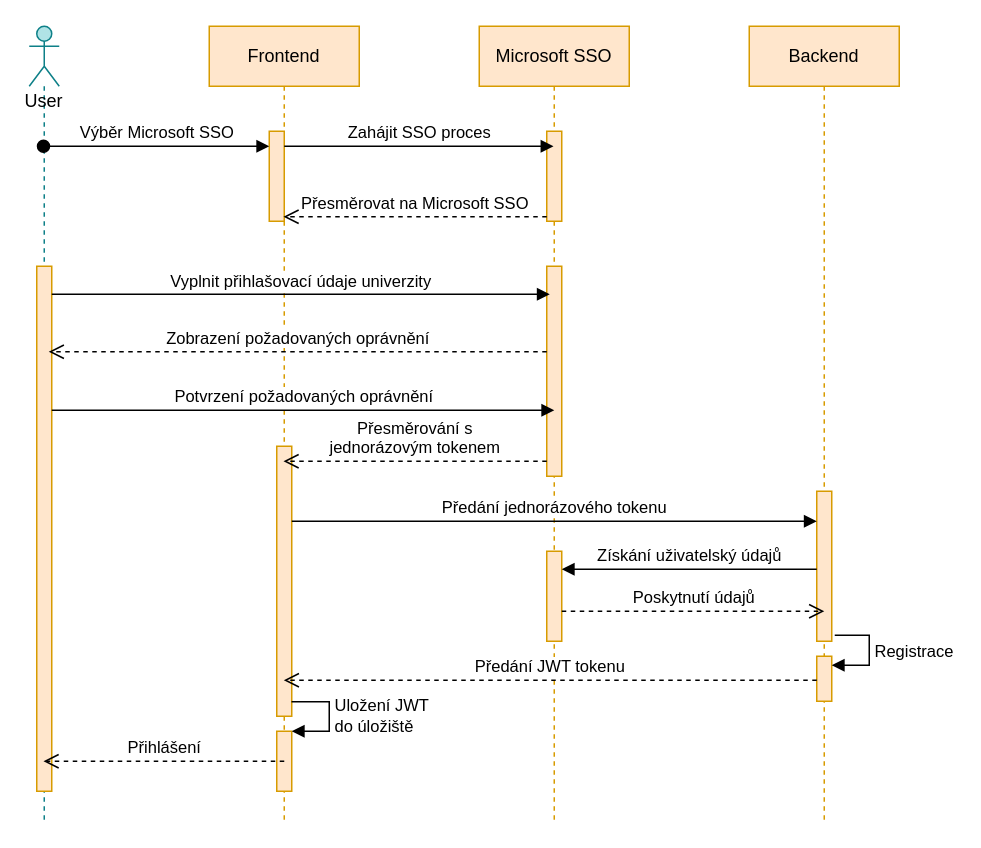
ondyChrbi/check-man-be keeps this draw.io diagram as diagrams/microsoft-sso-sec.drawio. Above is the earlier version. Source tidied: cells renumbered, new cells numbered last; positions are measured from the earlier drawing's top-left corner, leaving out a move shared by most shapes. Both pictures are drawn from the tidied source at 150%, with x=0, y=0 at pixel (28, 26).
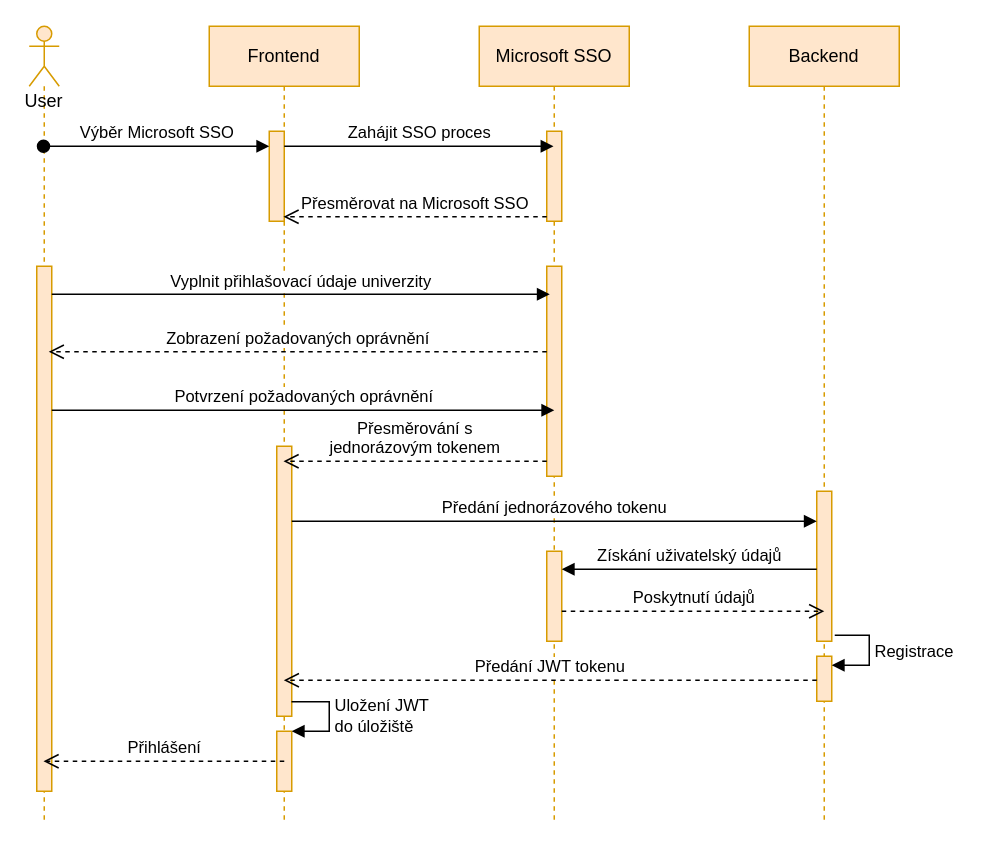
Above is the later version.

Commit message (it also covers changes not shown here):
Sec diagram

Diff of the diagram source:
```diff
@@
-    <mxCell id="2" value="User&lt;br&gt;" style="shape=umlLifeline;participant=umlActor;perimeter=lifelinePerimeter;whiteSpace=wrap;html=1;verticalAlign=top;spacingTop=36;outlineConnect=0;fillColor=#b0e3e6;strokeColor=#0e8088;" parent="1" vertex="1">
+    <mxCell id="2" value="User&lt;br&gt;" style="shape=umlLifeline;participant=umlActor;perimeter=lifelinePerimeter;whiteSpace=wrap;html=1;verticalAlign=top;spacingTop=36;outlineConnect=0;fillColor=#ffe6cc;strokeColor=#d79b00;" parent="1" vertex="1">
       <mxGeometry width="20" height="530" as="geometry" />
     </mxCell>
```
